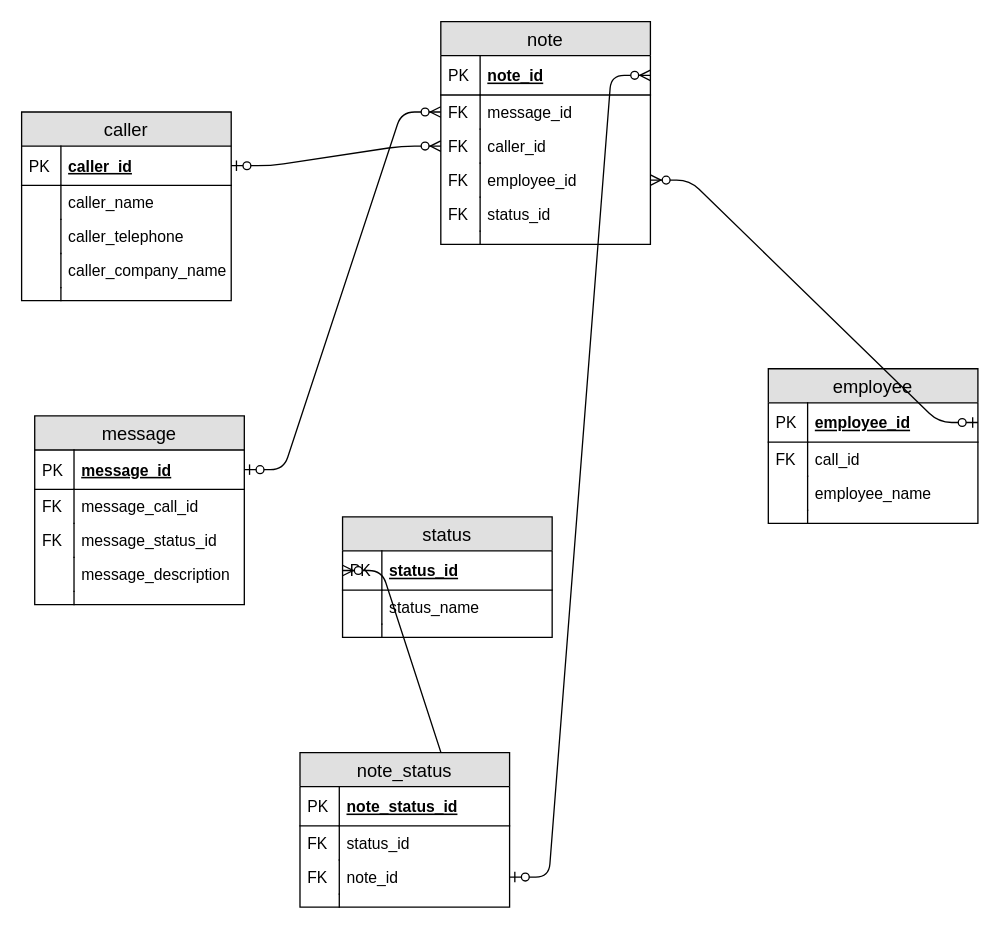
Before: phone_notes.drawio in chantalwiegand/PhoneNotes, a draw.io diagram. Source tidied: cells renumbered, new cells numbered last; positions are measured from the earlier drawing's top-left corner, leaving out a move shared by most shapes. Both pictures are drawn from the tidied source at 131%, with x=0, y=0 at pixel (21, 21).
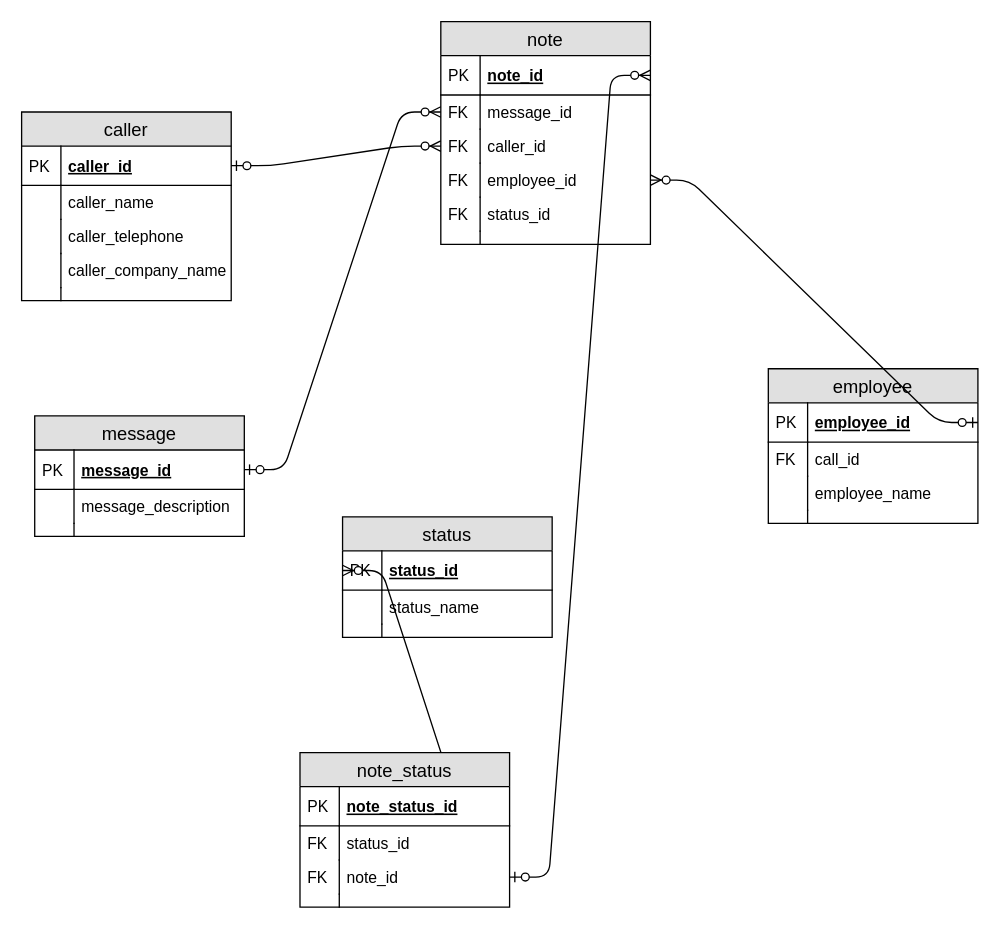
The same page after the edit.

The edit, as a diff of the source:
```diff
@@
     <mxCell id="22" value="message" style="swimlane;fontStyle=0;horizontal=1;startSize=26;fillColor=#e0e0e0;swimlaneFillColor=#ffffff;align=center;fontSize=14;" parent="1" vertex="1">
-      <mxGeometry x="10" y="301" width="160" height="144" as="geometry" />
+      <mxGeometry x="10" y="301" width="160" height="92" as="geometry" />
     </mxCell>
@@
-    <mxCell id="25" value="message_call_id" style="shape=partialRectangle;top=0;left=0;right=0;bottom=0;align=left;verticalAlign=top;fillColor=none;spacingLeft=34;spacingRight=4;overflow=hidden;fontSize=12;" parent="22" vertex="1">
-      <mxGeometry y="56" width="160" height="26" as="geometry" />
-    </mxCell>
-    <mxCell id="26" value="FK" style="shape=partialRectangle;top=0;left=0;bottom=0;fillColor=none;align=left;verticalAlign=top;spacingLeft=4;spacingRight=4;overflow=hidden;fontSize=12;" parent="25" vertex="1">
-      <mxGeometry width="30" height="26" as="geometry" />
-    </mxCell>
-    <mxCell id="27" value="message_status_id" style="shape=partialRectangle;top=0;left=0;right=0;bottom=0;align=left;verticalAlign=top;fillColor=none;spacingLeft=34;spacingRight=4;overflow=hidden;fontSize=12;" parent="22" vertex="1">
-      <mxGeometry y="82" width="160" height="26" as="geometry" />
-    </mxCell>
-    <mxCell id="28" value="FK" style="shape=partialRectangle;top=0;left=0;bottom=0;fillColor=none;align=left;verticalAlign=top;spacingLeft=4;spacingRight=4;overflow=hidden;fontSize=12;" parent="27" vertex="1">
-      <mxGeometry width="30" height="26" as="geometry" />
-    </mxCell>
     <mxCell id="29" value="message_description" style="shape=partialRectangle;top=0;left=0;right=0;bottom=0;align=left;verticalAlign=top;fillColor=none;spacingLeft=34;spacingRight=4;overflow=hidden;fontSize=12;" parent="22" vertex="1">
-      <mxGeometry y="108" width="160" height="26" as="geometry" />
+      <mxGeometry y="56" width="160" height="26" as="geometry" />
     </mxCell>
@@
     <mxCell id="31" style="shape=partialRectangle;top=0;left=0;right=0;bottom=0;align=left;verticalAlign=top;fillColor=none;spacingLeft=34;spacingRight=4;overflow=hidden;fontSize=12;" parent="22" vertex="1">
-      <mxGeometry y="134" width="160" height="10" as="geometry" />
+      <mxGeometry y="82" width="160" height="10" as="geometry" />
     </mxCell>
```
